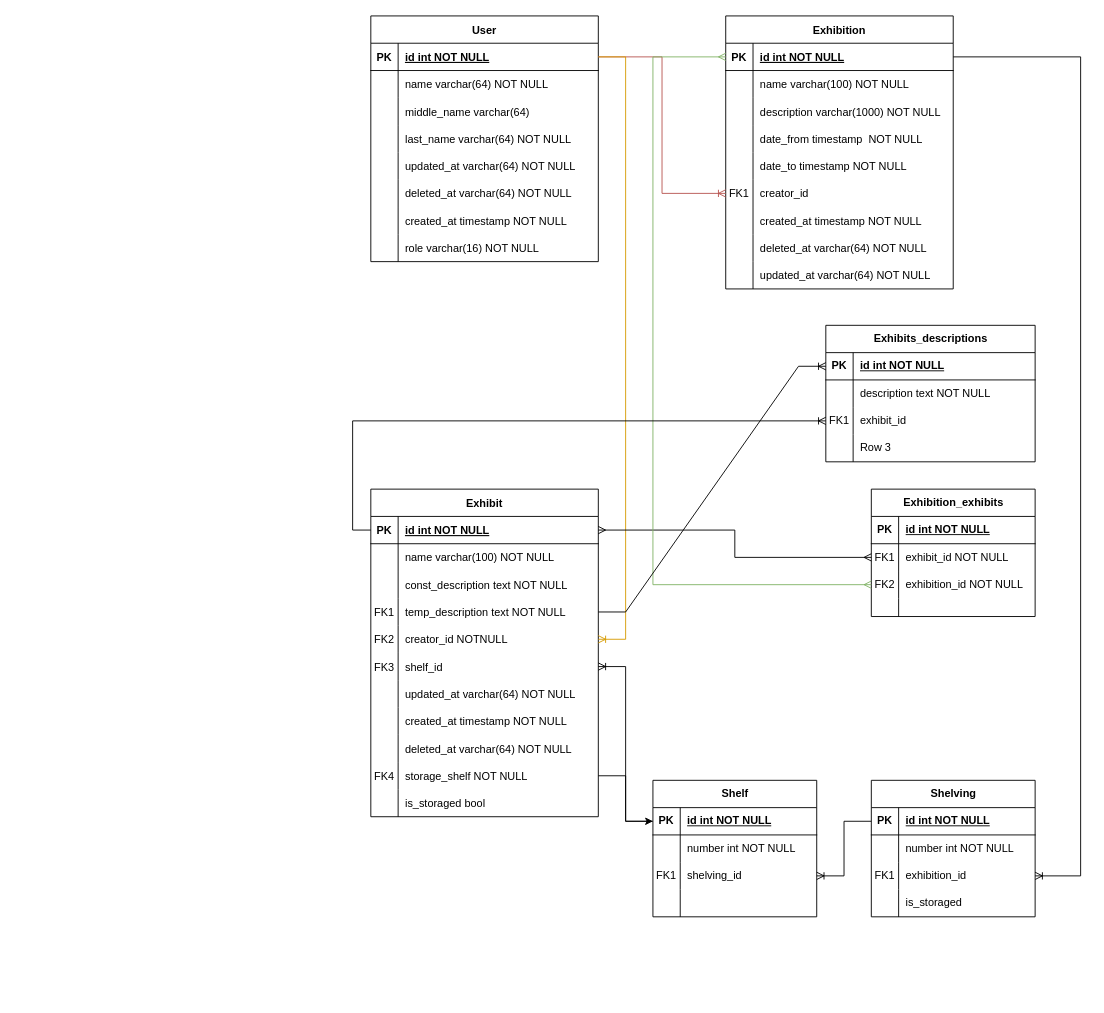
This is Диаграмма без названия.drawio from a-krevetochka/museum, a draw.io file, before an edit. Source tidied: cells renumbered, new cells numbered last; positions are measured from the earlier drawing's top-left corner, leaving out a move shared by most shapes. Both pictures are drawn from the tidied source at 91%, with x=0, y=0 at pixel (370, 15).
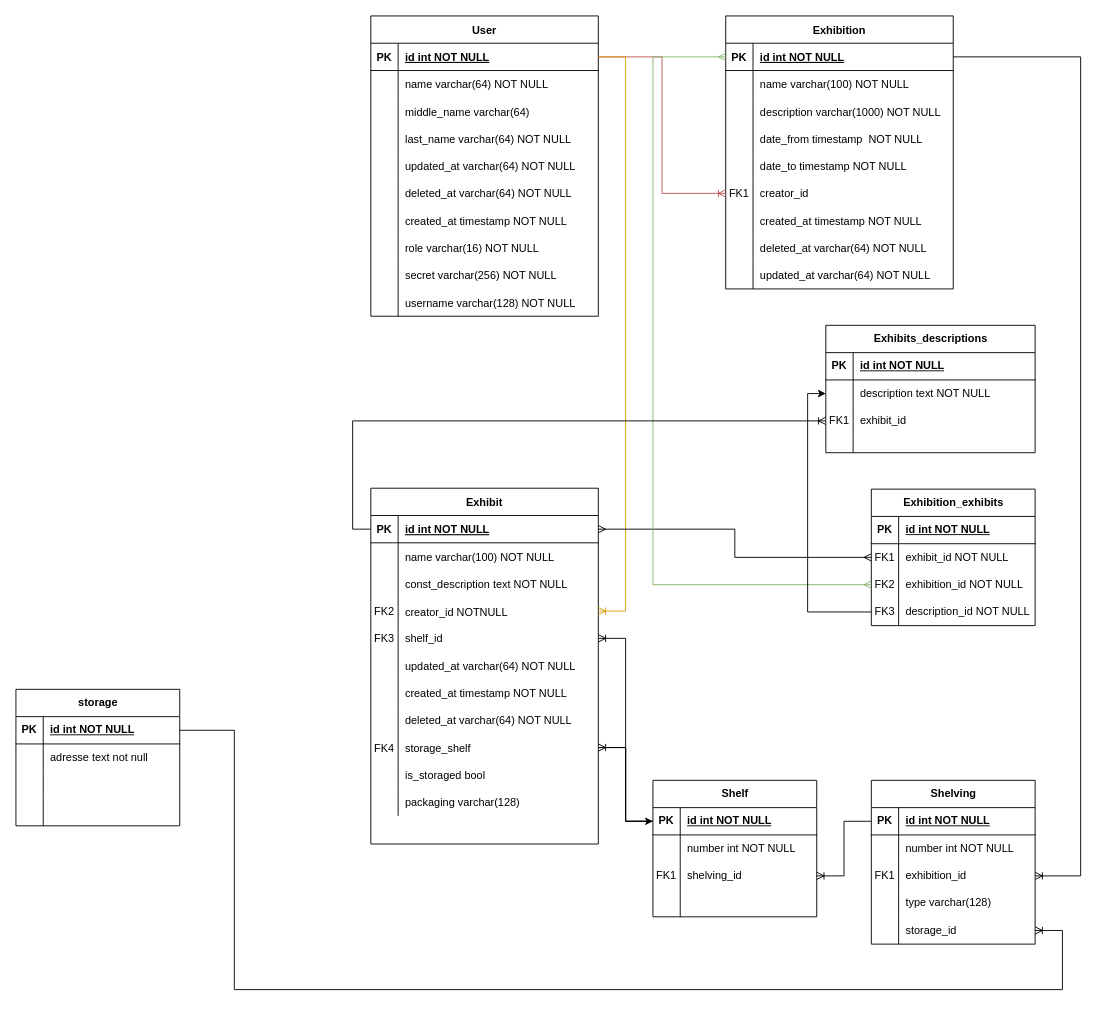
Above is the later version.

The change refers to these unchanged cells:
```xml
<mxCell id="116" style="shape=tableRow;horizontal=0;startSize=0;swimlaneHead=0;swimlaneBody=0;fillColor=none;top=0;left=0;right=0;bottom=0;" parent="106" vertex="1">
  <mxGeometry y="120" width="180" height="30" as="geometry" />
</mxCell>
<mxCell id="121" style="shape=tableRow;horizontal=0;startSize=0;swimlaneHead=0;swimlaneBody=0;fillColor=none;points=[[0,0.5],[1,0.5]];portConstraint=eastwest;top=0;left=0;right=0;bottom=1;" parent="120" vertex="1">
  <mxGeometry y="30" width="180" height="30" as="geometry" />
</mxCell>
<mxCell id="136" style="shape=tableRow;horizontal=0;startSize=0;swimlaneHead=0;swimlaneBody=0;fillColor=none;points=[[0,0.5],[1,0.5]];portConstraint=eastwest;top=0;left=0;right=0;bottom=1;" parent="135" vertex="1">
  <mxGeometry y="30" width="230" height="30" as="geometry" />
</mxCell>
<mxCell id="139" style="shape=tableRow;horizontal=0;startSize=0;swimlaneHead=0;swimlaneBody=0;fillColor=none;points=[[0,0.5],[1,0.5]];portConstraint=eastwest;top=0;left=0;right=0;bottom=0;" parent="135" vertex="1">
  <mxGeometry y="60" width="230" height="30" as="geometry" />
</mxCell>
```

Change to the diagram source:
```diff
@@
     <mxCell id="30" value="Exhibit" style="shape=table;startSize=30;childLayout=tableLayout;rowLines=0;fontStyle=1;align=center;" parent="1" vertex="1">
-      <mxGeometry y="520" width="250" height="360" as="geometry" />
+      <mxGeometry y="519" width="250" height="391" as="geometry" />
     </mxCell>
@@
-    <mxCell id="40" style="shape=partialRectangle;fillColor=none;points=[[0,0.5],[1,0.5]];portConstraint=eastwest;top=0;left=0;right=0;bottom=0;" parent="30" vertex="1">
-      <mxGeometry y="120" width="250" height="30" as="geometry" />
-    </mxCell>
-    <mxCell id="41" value="FK1" style="shape=partialRectangle;overflow=hidden;fillColor=none;top=0;left=0;bottom=0;right=0;" parent="40" vertex="1">
-      <mxGeometry width="30" height="30" as="geometry" />
-    </mxCell>
-    <mxCell id="42" value="temp_description text NOT NULL" style="shape=partialRectangle;overflow=hidden;fillColor=none;top=0;left=0;bottom=0;right=0;align=left;spacingLeft=6;" parent="40" vertex="1">
-      <mxGeometry x="30" width="220" height="30" as="geometry" />
-    </mxCell>
     <mxCell id="43" style="shape=partialRectangle;fillColor=none;points=[[0,0.5],[1,0.5]];portConstraint=eastwest;top=0;left=0;right=0;bottom=0;" parent="30" vertex="1">
-      <mxGeometry y="150" width="250" height="30" as="geometry" />
+      <mxGeometry y="120" width="250" height="30" as="geometry" />
     </mxCell>
@@
-    <mxCell id="45" value="creator_id NOTNULL" style="shape=partialRectangle;overflow=hidden;fillColor=none;top=0;left=0;bottom=0;right=0;align=left;spacingLeft=6;" parent="43" vertex="1">
+    <mxCell id="45" style="shape=partialRectangle;overflow=hidden;fillColor=none;top=0;left=0;bottom=0;right=0;align=left;spacingLeft=6;" parent="43" vertex="1">
       <mxGeometry x="30" width="220" height="30" as="geometry" />
     </mxCell>
     <mxCell id="46" style="shape=partialRectangle;fillColor=none;points=[[0,0.5],[1,0.5]];portConstraint=eastwest;top=0;left=0;right=0;bottom=0;" parent="30" vertex="1">
-      <mxGeometry y="180" width="250" height="30" as="geometry" />
+      <mxGeometry y="150" width="250" height="30" as="geometry" />
     </mxCell>
@@
     <mxCell id="49" style="shape=partialRectangle;fillColor=none;top=0;left=0;right=0;bottom=0;" parent="30" vertex="1">
-      <mxGeometry y="210" width="250" height="30" as="geometry" />
+      <mxGeometry y="180" width="250" height="30" as="geometry" />
     </mxCell>
@@
     <mxCell id="52" style="shape=partialRectangle;fillColor=none;top=0;left=0;right=0;bottom=0;" parent="30" vertex="1">
-      <mxGeometry y="240" width="250" height="30" as="geometry" />
+      <mxGeometry y="210" width="250" height="30" as="geometry" />
     </mxCell>
@@
     <mxCell id="55" style="shape=partialRectangle;fillColor=none;top=0;left=0;right=0;bottom=0;" parent="30" vertex="1">
-      <mxGeometry y="270" width="250" height="30" as="geometry" />
+      <mxGeometry y="240" width="250" height="30" as="geometry" />
     </mxCell>
@@
     <mxCell id="58" style="shape=partialRectangle;fillColor=none;points=[[0,0.5],[1,0.5]];portConstraint=eastwest;top=0;left=0;right=0;bottom=0;" parent="30" vertex="1">
-      <mxGeometry y="300" width="250" height="30" as="geometry" />
+      <mxGeometry y="270" width="250" height="30" as="geometry" />
     </mxCell>
@@
-    <mxCell id="60" value="storage_shelf NOT NULL" style="shape=partialRectangle;overflow=hidden;fillColor=none;top=0;left=0;bottom=0;right=0;align=left;spacingLeft=6;" parent="58" vertex="1">
+    <mxCell id="60" value="storage_shelf " style="shape=partialRectangle;overflow=hidden;fillColor=none;top=0;left=0;bottom=0;right=0;align=left;spacingLeft=6;" parent="58" vertex="1">
       <mxGeometry x="30" width="220" height="30" as="geometry" />
     </mxCell>
     <mxCell id="61" style="shape=partialRectangle;fillColor=none;top=0;left=0;right=0;bottom=0;" parent="30" vertex="1">
-      <mxGeometry y="330" width="250" height="30" as="geometry" />
+      <mxGeometry y="300" width="250" height="30" as="geometry" />
     </mxCell>
@@
+    <mxCell id="151" style="shape=partialRectangle;fillColor=none;top=0;left=0;right=0;bottom=0;" parent="30" vertex="1">
+      <mxGeometry y="330" width="250" height="30" as="geometry" />
+    </mxCell>
+    <mxCell id="152" style="shape=partialRectangle;overflow=hidden;fillColor=none;top=0;left=0;bottom=0;right=0;" parent="151" vertex="1">
+      <mxGeometry width="30" height="30" as="geometry" />
+    </mxCell>
+    <mxCell id="153" value="packaging varchar(128)" style="shape=partialRectangle;overflow=hidden;fillColor=none;top=0;left=0;bottom=0;right=0;align=left;spacingLeft=6;" parent="151" vertex="1">
+      <mxGeometry x="30" width="220" height="30" as="geometry" />
+    </mxCell>
     <mxCell id="64" value="User" style="shape=table;startSize=30;childLayout=tableLayout;rowLines=0;fontStyle=1;align=center;" parent="1" vertex="1">
-      <mxGeometry width="250" height="270" as="geometry" />
+      <mxGeometry width="250" height="330" as="geometry" />
     </mxCell>
@@
+    <mxCell id="154" style="shape=partialRectangle;fillColor=none;top=0;left=0;right=0;bottom=0;" parent="64" vertex="1">
+      <mxGeometry y="270" width="250" height="30" as="geometry" />
+    </mxCell>
+    <mxCell id="155" style="shape=partialRectangle;overflow=hidden;fillColor=none;top=0;left=0;bottom=0;right=0;" parent="154" vertex="1">
+      <mxGeometry width="30" height="30" as="geometry" />
+    </mxCell>
+    <mxCell id="156" value="secret varchar(256) NOT NULL" style="shape=partialRectangle;overflow=hidden;fillColor=none;top=0;left=0;bottom=0;right=0;align=left;spacingLeft=6;" parent="154" vertex="1">
+      <mxGeometry x="30" width="220" height="30" as="geometry" />
+    </mxCell>
+    <mxCell id="157" style="shape=partialRectangle;fillColor=none;top=0;left=0;right=0;bottom=0;" parent="64" vertex="1">
+      <mxGeometry y="300" width="250" height="30" as="geometry" />
+    </mxCell>
+    <mxCell id="158" style="shape=partialRectangle;overflow=hidden;fillColor=none;top=0;left=0;bottom=0;right=0;" parent="157" vertex="1">
+      <mxGeometry width="30" height="30" as="geometry" />
+    </mxCell>
+    <mxCell id="159" value="username varchar(128) NOT NULL" style="shape=partialRectangle;overflow=hidden;fillColor=none;top=0;left=0;bottom=0;right=0;align=left;spacingLeft=6;" parent="157" vertex="1">
+      <mxGeometry x="30" width="220" height="30" as="geometry" />
+    </mxCell>
@@
     <mxCell id="91" value="Exhibition_exhibits" style="shape=table;startSize=30;childLayout=tableLayout;rowLines=0;fontStyle=1;align=center;html=1;" parent="1" vertex="1">
-      <mxGeometry x="550" y="520" width="180" height="140" as="geometry" />
+      <mxGeometry x="550" y="520" width="180" height="150" as="geometry" />
     </mxCell>
@@
     <mxCell id="101" style="shape=tableRow;horizontal=0;startSize=0;swimlaneHead=0;swimlaneBody=0;fillColor=none;points=[[0,0.5],[1,0.5]];portConstraint=eastwest;top=0;left=0;right=0;bottom=0;" parent="91" vertex="1">
-      <mxGeometry y="120" width="180" height="20" as="geometry" />
+      <mxGeometry y="120" width="180" height="30" as="geometry" />
     </mxCell>
-    <mxCell id="102" style="shape=partialRectangle;fillColor=none;top=0;left=0;bottom=0;right=0;overflow=hidden;whiteSpace=wrap;html=1;" parent="101" vertex="1">
-      <mxGeometry width="30" height="20" as="geometry" />
+    <mxCell id="102" value="FK3" style="shape=partialRectangle;fillColor=none;top=0;left=0;bottom=0;right=0;overflow=hidden;whiteSpace=wrap;html=1;" parent="101" vertex="1">
+      <mxGeometry width="30" height="30" as="geometry" />
     </mxCell>
-    <mxCell id="103" style="shape=partialRectangle;fillColor=none;top=0;left=0;bottom=0;right=0;align=left;spacingLeft=6;overflow=hidden;whiteSpace=wrap;html=1;" parent="101" vertex="1">
-      <mxGeometry x="30" width="150" height="20" as="geometry" />
+    <mxCell id="103" value="description_id NOT NULL" style="shape=partialRectangle;fillColor=none;top=0;left=0;bottom=0;right=0;align=left;spacingLeft=6;overflow=hidden;whiteSpace=wrap;html=1;" parent="101" vertex="1">
+      <mxGeometry x="30" width="150" height="30" as="geometry" />
     </mxCell>
@@
     <mxCell id="106" value="Shelving" style="shape=table;startSize=30;childLayout=tableLayout;rowLines=0;fontStyle=1;align=center;html=1;" parent="1" vertex="1">
-      <mxGeometry x="550" y="840" width="180" height="150" as="geometry" />
+      <mxGeometry x="550" y="840" width="180" height="180" as="geometry" />
     </mxCell>
@@
-    <mxCell id="118" value="is_storaged" style="shape=partialRectangle;fillColor=none;top=0;left=0;bottom=0;right=0;align=left;spacingLeft=6;overflow=hidden;whiteSpace=wrap;html=1;" parent="116" vertex="1">
+    <mxCell id="118" value="type varchar(128)" style="shape=partialRectangle;fillColor=none;top=0;left=0;bottom=0;right=0;align=left;spacingLeft=6;overflow=hidden;whiteSpace=wrap;html=1;" parent="116" vertex="1">
       <mxGeometry x="30" width="150" height="30" as="geometry" />
     </mxCell>
+    <mxCell id="160" style="shape=tableRow;horizontal=0;startSize=0;swimlaneHead=0;swimlaneBody=0;fillColor=none;points=[[0,0.5],[1,0.5]];portConstraint=eastwest;top=0;left=0;right=0;bottom=0;" parent="106" vertex="1">
+      <mxGeometry y="150" width="180" height="30" as="geometry" />
+    </mxCell>
+    <mxCell id="161" style="shape=partialRectangle;fillColor=none;top=0;left=0;bottom=0;right=0;overflow=hidden;whiteSpace=wrap;html=1;" parent="160" vertex="1">
+      <mxGeometry width="30" height="30" as="geometry" />
+    </mxCell>
+    <mxCell id="162" value="storage_id" style="shape=partialRectangle;fillColor=none;top=0;left=0;bottom=0;right=0;align=left;spacingLeft=6;overflow=hidden;whiteSpace=wrap;html=1;" parent="160" vertex="1">
+      <mxGeometry x="30" width="150" height="30" as="geometry" />
+    </mxCell>
@@
     <mxCell id="135" value="Exhibits_descriptions" style="shape=table;startSize=30;childLayout=tableLayout;rowLines=0;fontStyle=1;align=center;html=1;" parent="1" vertex="1">
-      <mxGeometry x="500" y="340" width="230" height="150" as="geometry" />
+      <mxGeometry x="500" y="340" width="230" height="140" as="geometry" />
     </mxCell>
@@
     <mxCell id="145" style="shape=tableRow;horizontal=0;startSize=0;swimlaneHead=0;swimlaneBody=0;fillColor=none;top=0;left=0;right=0;bottom=0;" parent="135" vertex="1">
-      <mxGeometry y="120" width="230" height="30" as="geometry" />
+      <mxGeometry y="120" width="230" height="20" as="geometry" />
     </mxCell>
     <mxCell id="146" style="shape=partialRectangle;fillColor=none;top=0;left=0;bottom=0;right=0;overflow=hidden;whiteSpace=wrap;html=1;" parent="145" vertex="1">
-      <mxGeometry width="30" height="30" as="geometry" />
+      <mxGeometry width="30" height="20" as="geometry" />
     </mxCell>
-    <mxCell id="147" value="Row 3" style="shape=partialRectangle;fillColor=none;top=0;left=0;bottom=0;right=0;align=left;spacingLeft=6;overflow=hidden;whiteSpace=wrap;html=1;" parent="145" vertex="1">
-      <mxGeometry x="30" width="200" height="30" as="geometry" />
+    <mxCell id="147" style="shape=partialRectangle;fillColor=none;top=0;left=0;bottom=0;right=0;align=left;spacingLeft=6;overflow=hidden;whiteSpace=wrap;html=1;" parent="145" vertex="1">
+      <mxGeometry x="30" width="200" height="20" as="geometry" />
     </mxCell>
-    <mxCell id="148" style="edgeStyle=entityRelationEdgeStyle;fontSize=12;html=1;endArrow=ERoneToMany;rounded=0;entryX=0;entryY=0.5;entryDx=0;entryDy=0;exitX=1;exitY=0.5;exitDx=0;exitDy=0;" parent="1" edge="1" source="40" target="136">
-      <mxGeometry relative="1" as="geometry" />
-    </mxCell>
@@
+    <mxCell id="163" value="creator_id NOTNULL" style="shape=partialRectangle;overflow=hidden;fillColor=none;top=0;left=0;bottom=0;right=0;align=left;spacingLeft=6;" parent="1" vertex="1">
+      <mxGeometry x="30" y="640" width="220" height="30" as="geometry" />
+    </mxCell>
+    <mxCell id="164" style="edgeStyle=orthogonalEdgeStyle;rounded=0;jettySize=auto;html=1;exitX=0;exitY=0.5;exitDx=0;exitDy=0;entryX=0;entryY=0.5;entryDx=0;entryDy=0;" parent="1" edge="1" source="101" target="139">
+      <mxGeometry relative="1" as="geometry" />
+    </mxCell>
+    <mxCell id="165" style="edgeStyle=entityRelationEdgeStyle;fontSize=12;html=1;endArrow=ERoneToMany;rounded=0;exitX=0;exitY=0.5;exitDx=0;exitDy=0;entryX=1;entryY=0.5;entryDx=0;entryDy=0;" parent="1" edge="1" source="121" target="58">
+      <mxGeometry relative="1" as="geometry" />
+    </mxCell>
+    <mxCell id="166" value="storage" style="shape=table;startSize=30;childLayout=tableLayout;rowLines=0;fontStyle=1;align=center;html=1;" parent="1" vertex="1">
+      <mxGeometry x="-390" y="740" width="180" height="150" as="geometry" />
+    </mxCell>
+    <mxCell id="167" style="shape=tableRow;horizontal=0;startSize=0;swimlaneHead=0;swimlaneBody=0;fillColor=none;points=[[0,0.5],[1,0.5]];portConstraint=eastwest;top=0;left=0;right=0;bottom=1;" parent="166" vertex="1">
+      <mxGeometry y="30" width="180" height="30" as="geometry" />
+    </mxCell>
+    <mxCell id="168" value="PK" style="shape=partialRectangle;fillColor=none;top=0;left=0;bottom=0;right=0;fontStyle=1;overflow=hidden;whiteSpace=wrap;html=1;" parent="167" vertex="1">
+      <mxGeometry width="30" height="30" as="geometry" />
+    </mxCell>
+    <mxCell id="169" value="id int NOT NULL" style="shape=partialRectangle;fillColor=none;top=0;left=0;bottom=0;right=0;align=left;spacingLeft=6;fontStyle=5;overflow=hidden;whiteSpace=wrap;html=1;" parent="167" vertex="1">
+      <mxGeometry x="30" width="150" height="30" as="geometry" />
+    </mxCell>
+    <mxCell id="170" style="shape=tableRow;horizontal=0;startSize=0;swimlaneHead=0;swimlaneBody=0;fillColor=none;top=0;left=0;right=0;bottom=0;" parent="166" vertex="1">
+      <mxGeometry y="60" width="180" height="30" as="geometry" />
+    </mxCell>
+    <mxCell id="171" style="shape=partialRectangle;fillColor=none;top=0;left=0;bottom=0;right=0;overflow=hidden;whiteSpace=wrap;html=1;" parent="170" vertex="1">
+      <mxGeometry width="30" height="30" as="geometry" />
+    </mxCell>
+    <mxCell id="172" value="adresse text not null" style="shape=partialRectangle;fillColor=none;top=0;left=0;bottom=0;right=0;align=left;spacingLeft=6;overflow=hidden;whiteSpace=wrap;html=1;" parent="170" vertex="1">
+      <mxGeometry x="30" width="150" height="30" as="geometry" />
+    </mxCell>
+    <mxCell id="173" style="shape=tableRow;horizontal=0;startSize=0;swimlaneHead=0;swimlaneBody=0;fillColor=none;top=0;left=0;right=0;bottom=0;" parent="166" vertex="1">
+      <mxGeometry y="90" width="180" height="30" as="geometry" />
+    </mxCell>
+    <mxCell id="174" style="shape=partialRectangle;fillColor=none;top=0;left=0;bottom=0;right=0;overflow=hidden;whiteSpace=wrap;html=1;" parent="173" vertex="1">
+      <mxGeometry width="30" height="30" as="geometry" />
+    </mxCell>
+    <mxCell id="175" style="shape=partialRectangle;fillColor=none;top=0;left=0;bottom=0;right=0;align=left;spacingLeft=6;overflow=hidden;whiteSpace=wrap;html=1;" parent="173" vertex="1">
+      <mxGeometry x="30" width="150" height="30" as="geometry" />
+    </mxCell>
+    <mxCell id="176" style="shape=tableRow;horizontal=0;startSize=0;swimlaneHead=0;swimlaneBody=0;fillColor=none;top=0;left=0;right=0;bottom=0;" parent="166" vertex="1">
+      <mxGeometry y="120" width="180" height="30" as="geometry" />
+    </mxCell>
+    <mxCell id="177" style="shape=partialRectangle;fillColor=none;top=0;left=0;bottom=0;right=0;overflow=hidden;whiteSpace=wrap;html=1;" parent="176" vertex="1">
+      <mxGeometry width="30" height="30" as="geometry" />
+    </mxCell>
+    <mxCell id="178" style="shape=partialRectangle;fillColor=none;top=0;left=0;bottom=0;right=0;align=left;spacingLeft=6;overflow=hidden;whiteSpace=wrap;html=1;" parent="176" vertex="1">
+      <mxGeometry x="30" width="150" height="30" as="geometry" />
+    </mxCell>
+    <mxCell id="179" style="edgeStyle=orthogonalEdgeStyle;rounded=0;jettySize=auto;html=1;exitX=1;exitY=0.5;exitDx=0;exitDy=0;fontSize=12;endArrow=ERoneToMany;entryX=1;entryY=0.5;entryDx=0;entryDy=0;" parent="1" edge="1" source="167" target="160">
+      <mxGeometry relative="1" as="geometry">
+        <Array as="points">
+          <mxPoint x="-150" y="785" />
+          <mxPoint x="-150" y="1070" />
+          <mxPoint x="760" y="1070" />
+          <mxPoint x="760" y="1005" />
+        </Array>
+      </mxGeometry>
+    </mxCell>
```
